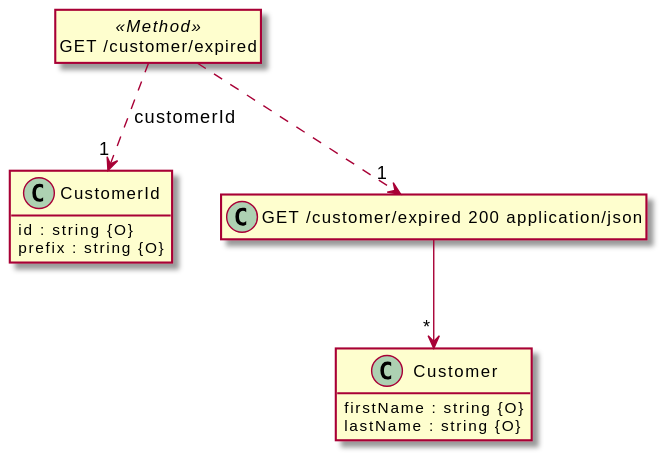
The PlantUML diagram src/docs/tests/parameter-ref-complex.puml.svg in davidmoten/openapi-to-plantuml, before a commit.
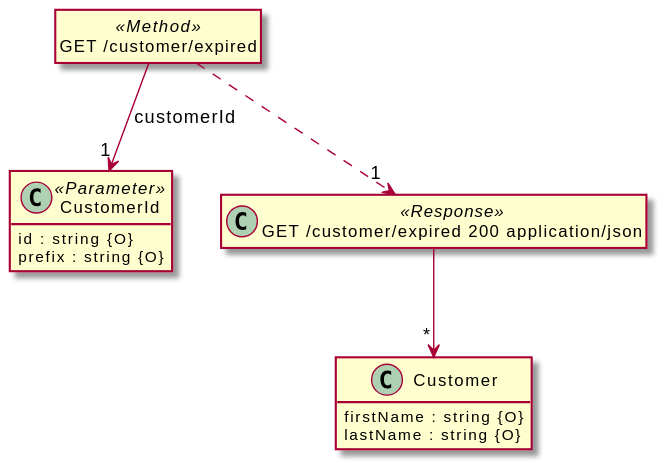
The same diagram one commit later.

Change to the diagram source:
```diff
@@ -9,7 +9,7 @@
   lastName : string {O}
 }
 
-class "CustomerId" {
+class "CustomerId" <<Parameter>> {
   id : string {O}
   prefix : string {O}
 }
@@ -17,10 +17,10 @@
 class "GET /customer/expired" <<Method>> {
 }
 
-class "GET /customer/expired 200 application/json" {
+class "GET /customer/expired 200 application/json" <<Response>> {
 }
 
-"GET /customer/expired" ..> "1" "CustomerId" : "customerId"
+"GET /customer/expired" --> "1" "CustomerId" : "customerId"
 
 "GET /customer/expired 200 application/json" --> "*" "Customer"
 
```
